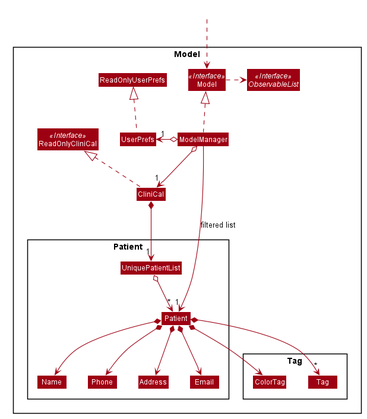
Before: ModelClassDiagram.png, a diagram exported from PlantUML (nus-cs2103-AY2021S1/tp). Its diagram source:
```plantuml
@startuml








skinparam BackgroundColor #FFFFFFF

skinparam Shadowing false

skinparam Class {
    FontColor #FFFFFF
    BorderThickness 1
    BorderColor #FFFFFF
    StereotypeFontColor #FFFFFF
    FontName Arial
}

skinparam Actor {
    BorderColor #000000
    Color #000000
    FontName Arial
}

skinparam Sequence {
    MessageAlign center
    BoxFontSize 15
    BoxPadding 0
    BoxFontColor #FFFFFF
    FontName Arial
}

skinparam Participant {
    FontColor #FFFFFFF
    Padding 20
}

skinparam MinClassWidth 50
skinparam ParticipantPadding 10
skinparam Shadowing false
skinparam DefaultTextAlignment center
skinparam packageStyle Rectangle

hide footbox
hide members
hide circle
skinparam arrowThickness 1.1
skinparam arrowColor #9D0012
skinparam classBackgroundColor #9D0012

Package Model <<Rectangle>>{
Interface ReadOnlyCliniCal <<Interface>>
Interface Model <<Interface>>
Interface ObservableList <<Interface>>
Class CliniCal
Class ReadOnlyCliniCal
Class Model
Class ModelManager
Class UserPrefs
Class ReadOnlyUserPrefs

Package Patient {
Class Patient
Class Address
Class Email
Class Name
Class Phone
Class UniquePatientList
}

Package Tag {
Class Tag
Class ColorTag
}
}

Class HiddenOutside #FFFFFF
HiddenOutside ..> Model

CliniCal .up.|> ReadOnlyCliniCal

ModelManager .up.|> Model
Model .right.> ObservableList
ModelManager o--> "1" CliniCal
ModelManager o-left-> "1" UserPrefs
UserPrefs .up.|> ReadOnlyUserPrefs

CliniCal *--> "1" UniquePatientList
UniquePatientList o--> "*" Patient
Patient *--> Name
Patient *--> Phone
Patient *--> Email
Patient *--> Address
Patient *--> ColorTag
Patient *--> "*" Tag

Name -[hidden]right-> Phone
Phone -[hidden]right-> Address
Address -[hidden]right-> Email
ColorTag -[hidden]right->Tag

ModelManager -->"1" Patient : filtered list
@enduml
```
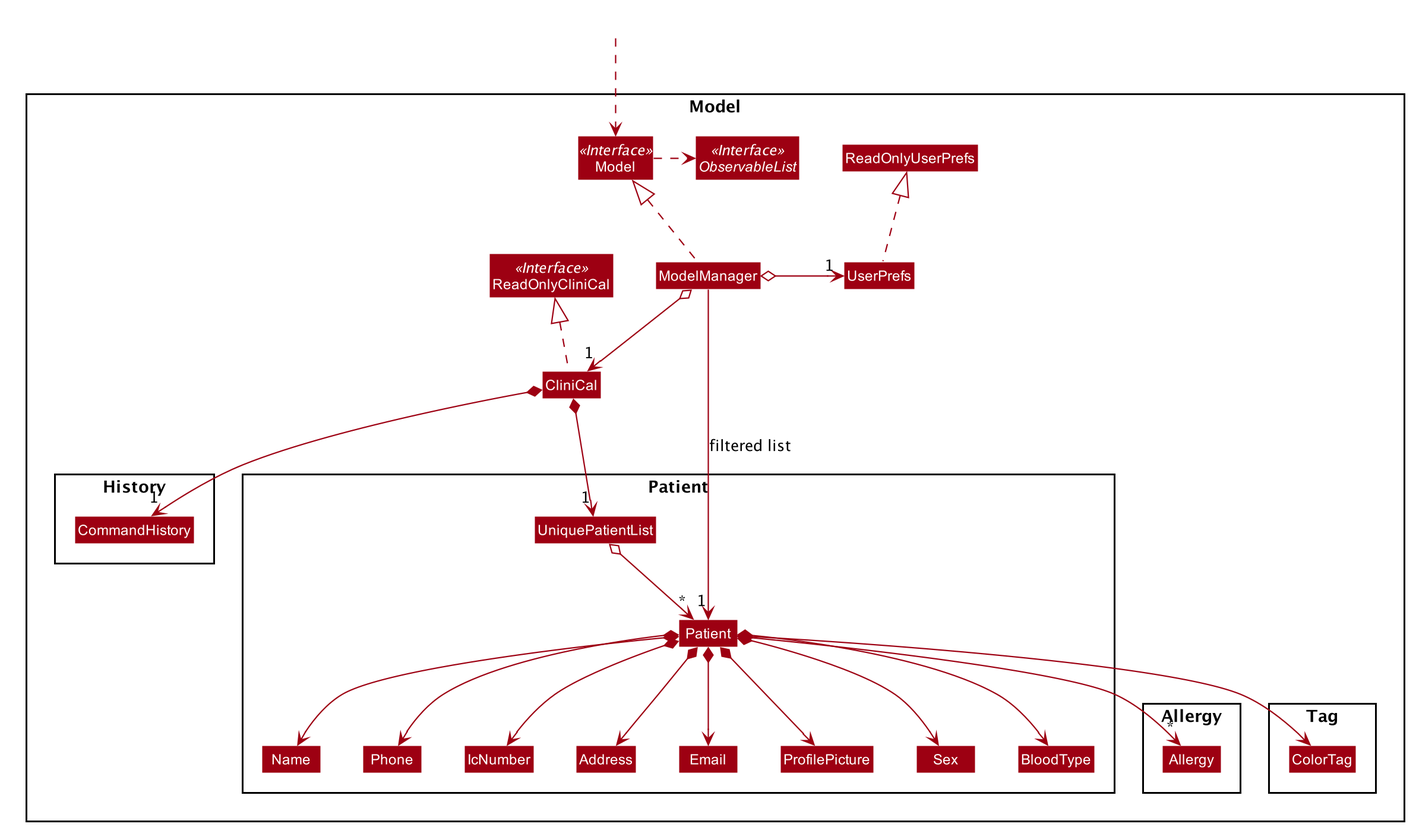
The same file after the commit.

Change to the diagram source:
```diff
@@ -64,16 +64,27 @@
 
 Package Patient {
 Class Patient
+Class Name
+Class Phone
+Class IcNumber
 Class Address
 Class Email
-Class Name
-Class Phone
+Class ProfilePicture
+Class Sex
+Class BloodType
 Class UniquePatientList
 }
 
 Package Tag {
-Class Tag
 Class ColorTag
+}
+
+Package Allergy {
+Class Allergy
+}
+
+Package History {
+Class CommandHistory
 }
 }
 
@@ -85,22 +96,31 @@
 ModelManager .up.|> Model
 Model .right.> ObservableList
 ModelManager o--> "1" CliniCal
-ModelManager o-left-> "1" UserPrefs
+ModelManager o-right-> "1" UserPrefs
 UserPrefs .up.|> ReadOnlyUserPrefs
 
 CliniCal *--> "1" UniquePatientList
+CliniCal *--> "1" CommandHistory
 UniquePatientList o--> "*" Patient
 Patient *--> Name
 Patient *--> Phone
+Patient *--> IcNumber
+Patient *--> Address
 Patient *--> Email
-Patient *--> Address
+Patient *--> ProfilePicture
+Patient *--> Sex
+Patient *--> BloodType
+Patient *--> "*" Allergy
 Patient *--> ColorTag
-Patient *--> "*" Tag
 
 Name -[hidden]right-> Phone
-Phone -[hidden]right-> Address
+Phone -[hidden]right-> IcNumber
+IcNumber -[hidden]right-> Address
 Address -[hidden]right-> Email
-ColorTag -[hidden]right->Tag
+Email -[hidden]right-> ProfilePicture
+ProfilePicture -[hidden]right-> Sex
+Sex -[hidden]right-> BloodType
+Allergy -[hidden]right-> BloodType
 
 ModelManager -->"1" Patient : filtered list
 @enduml
```
